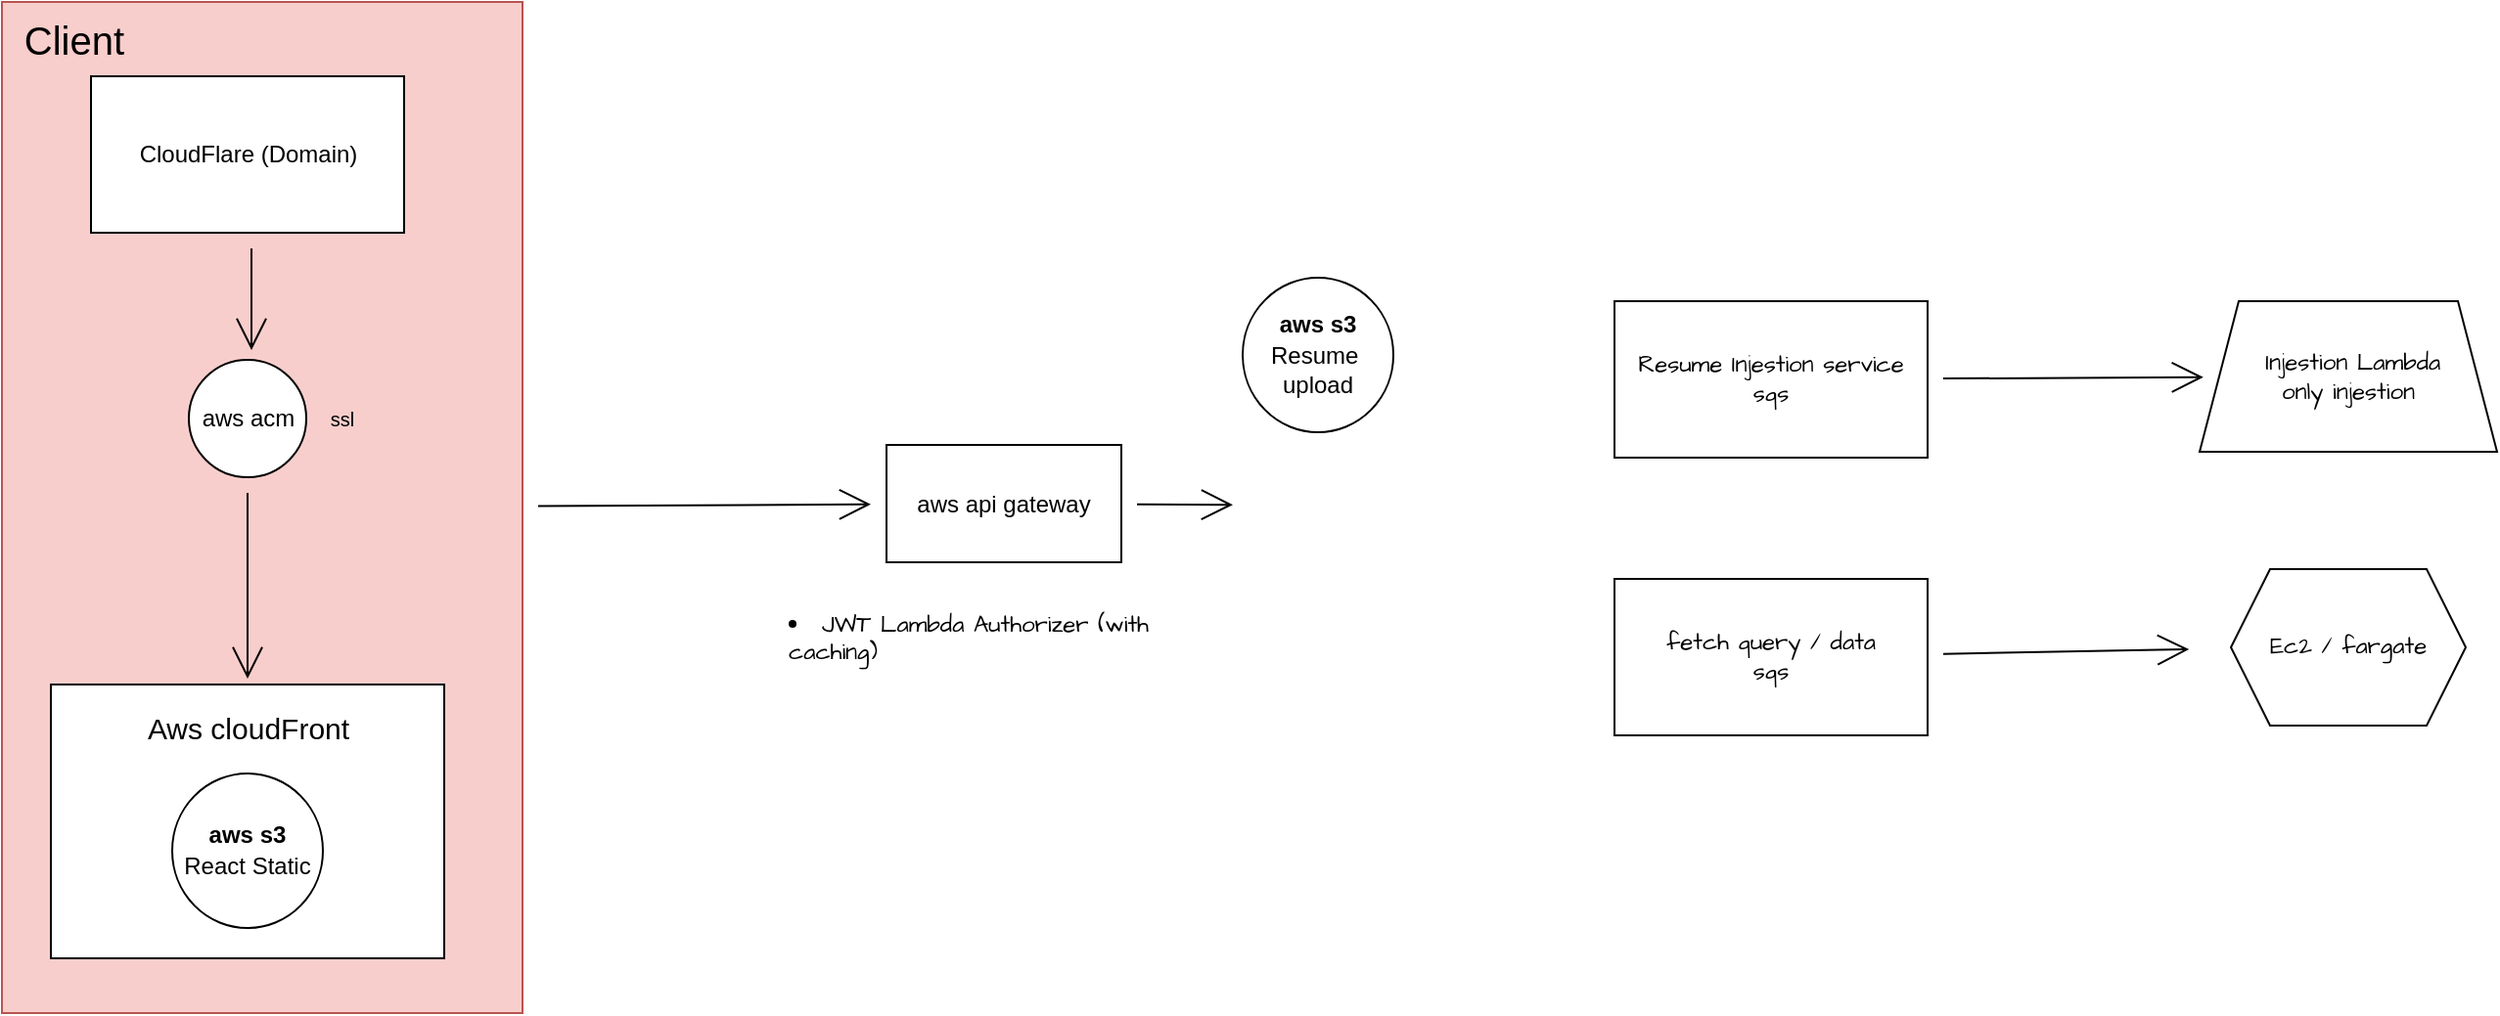
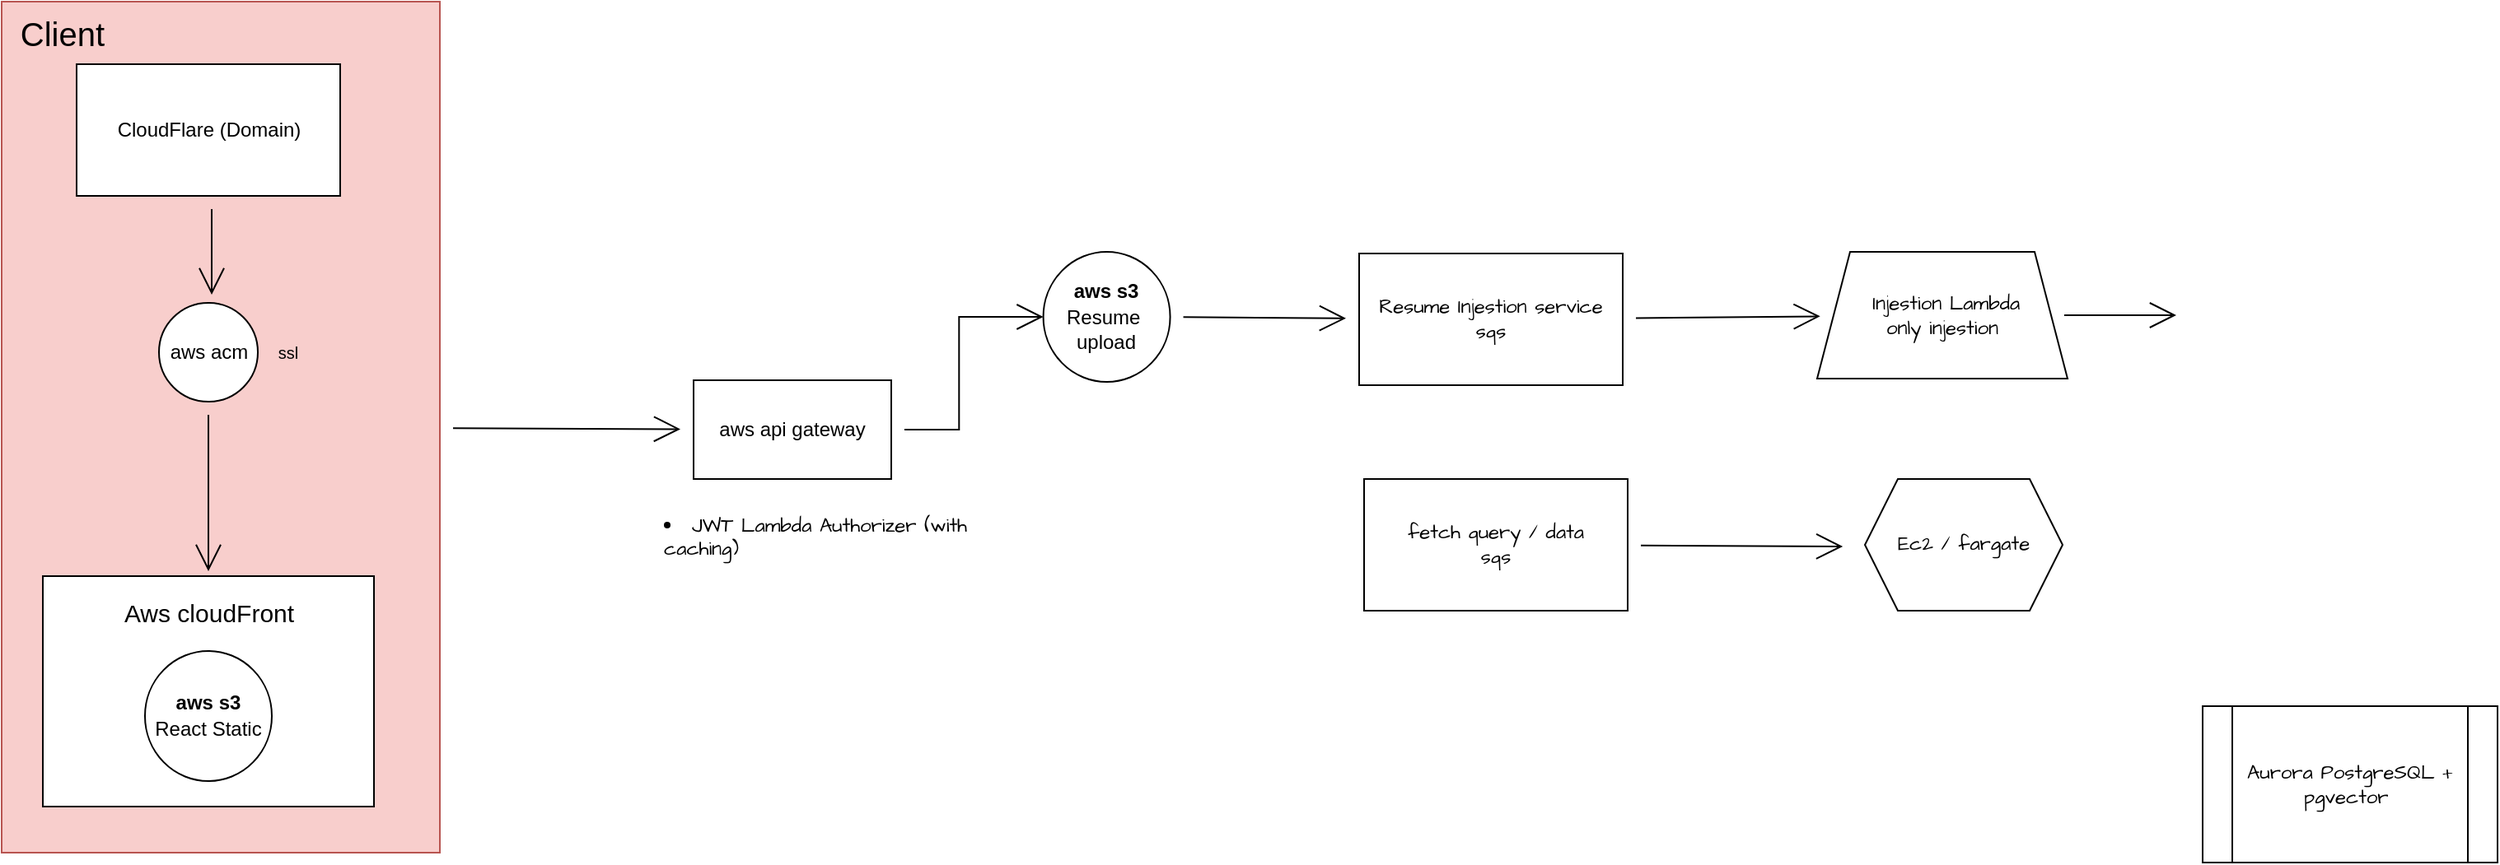
<mxfile host="app.diagrams.net">
  <diagram name="Page-1" id="SOHPCcRNUhLTlrNE90n2">
    <mxGraphModel dx="2960" dy="1394" grid="0" gridSize="10" guides="1" tooltips="1" connect="1" arrows="1" fold="1" page="0" pageScale="1" pageWidth="850" pageHeight="1100" math="0" shadow="0">
      <root>
        <mxCell id="0" />
        <mxCell id="1" parent="0" />
        <mxCell id="rra6tTRvJPethr66ALMW-19" edge="1" parent="1" source="rra6tTRvJPethr66ALMW-16" style="edgeStyle=none;curved=1;rounded=0;orthogonalLoop=1;jettySize=auto;html=1;fontFamily=Architects Daughter;fontSource=https%3A%2F%2Ffonts.googleapis.com%2Fcss%3Ffamily%3DArchitects%2BDaughter;fontSize=16;startSize=14;endArrow=open;endSize=14;sourcePerimeterSpacing=8;targetPerimeterSpacing=8;" target="rra6tTRvJPethr66ALMW-18" value="">
          <mxGeometry relative="1" as="geometry" />
        </mxCell>
        <mxCell id="rra6tTRvJPethr66ALMW-16" parent="1" style="rounded=0;whiteSpace=wrap;html=1;fontFamily=Architects Daughter;fontSource=https%3A%2F%2Ffonts.googleapis.com%2Fcss%3Ffamily%3DArchitects%2BDaughter;fillColor=#f8cecc;strokeColor=#b85450;" value="" vertex="1">
          <mxGeometry height="517" width="266" x="-700" y="-271" as="geometry" />
        </mxCell>
        <mxCell id="rra6tTRvJPethr66ALMW-2" parent="1" style="rounded=0;whiteSpace=wrap;html=1;fontFamily=Architects Daughter;fontSource=https%3A%2F%2Ffonts.googleapis.com%2Fcss%3Ffamily%3DArchitects%2BDaughter;" value="" vertex="1">
          <mxGeometry height="140" width="201" x="-675" y="78" as="geometry" />
        </mxCell>
        <mxCell id="rra6tTRvJPethr66ALMW-1" parent="1" style="ellipse;whiteSpace=wrap;html=1;fontFamily=Architects Daughter;fontSource=https%3A%2F%2Ffonts.googleapis.com%2Fcss%3Ffamily%3DArchitects%2BDaughter;" value="&lt;font face=&quot;Helvetica&quot;&gt;&lt;b&gt;aws s3&lt;/b&gt;&lt;br&gt;React Static&lt;/font&gt;" vertex="1">
          <mxGeometry height="79" width="77" x="-613" y="123.5" as="geometry" />
        </mxCell>
        <mxCell id="rra6tTRvJPethr66ALMW-3" parent="1" style="text;html=1;whiteSpace=wrap;strokeColor=none;fillColor=none;align=center;verticalAlign=middle;rounded=0;fontSize=20;fontFamily=Helvetica;" value="&lt;font style=&quot;font-size: 15px;&quot;&gt;Aws cloudFront&lt;/font&gt;" vertex="1">
          <mxGeometry height="30" width="186" x="-667.5" y="83" as="geometry" />
        </mxCell>
        <mxCell id="rra6tTRvJPethr66ALMW-10" edge="1" parent="1" style="edgeStyle=none;curved=1;rounded=0;orthogonalLoop=1;jettySize=auto;html=1;fontFamily=Architects Daughter;fontSource=https%3A%2F%2Ffonts.googleapis.com%2Fcss%3Ffamily%3DArchitects%2BDaughter;fontSize=16;startSize=14;endArrow=open;endSize=14;sourcePerimeterSpacing=8;targetPerimeterSpacing=8;" value="">
          <mxGeometry relative="1" as="geometry">
            <mxPoint x="-572.5" y="-145" as="sourcePoint" />
            <mxPoint x="-572.5" y="-93" as="targetPoint" />
          </mxGeometry>
        </mxCell>
        <mxCell id="rra6tTRvJPethr66ALMW-5" parent="1" style="rounded=0;whiteSpace=wrap;html=1;fontFamily=Helvetica;" value="CloudFlare (Domain)" vertex="1">
          <mxGeometry height="80" width="160" x="-654.5" y="-233" as="geometry" />
        </mxCell>
        <mxCell id="rra6tTRvJPethr66ALMW-14" edge="1" parent="1" source="rra6tTRvJPethr66ALMW-12" style="edgeStyle=none;curved=1;rounded=0;orthogonalLoop=1;jettySize=auto;html=1;fontFamily=Architects Daughter;fontSource=https%3A%2F%2Ffonts.googleapis.com%2Fcss%3Ffamily%3DArchitects%2BDaughter;fontSize=16;startSize=14;endArrow=open;endSize=14;sourcePerimeterSpacing=8;targetPerimeterSpacing=8;" target="rra6tTRvJPethr66ALMW-3" value="">
          <mxGeometry relative="1" as="geometry" />
        </mxCell>
        <mxCell id="rra6tTRvJPethr66ALMW-12" parent="1" style="ellipse;whiteSpace=wrap;html=1;fontFamily=Architects Daughter;fontSource=https%3A%2F%2Ffonts.googleapis.com%2Fcss%3Ffamily%3DArchitects%2BDaughter;" value="&lt;font face=&quot;Helvetica&quot;&gt;aws acm&lt;/font&gt;" vertex="1">
          <mxGeometry height="60" width="60" x="-604.5" y="-88" as="geometry" />
        </mxCell>
        <mxCell id="rra6tTRvJPethr66ALMW-15" parent="1" style="text;html=1;whiteSpace=wrap;strokeColor=none;fillColor=none;align=center;verticalAlign=middle;rounded=0;fontSize=10;fontFamily=Helvetica;" value="&lt;font&gt;ssl&lt;/font&gt;" vertex="1">
          <mxGeometry height="18" width="32" x="-542" y="-67" as="geometry" />
        </mxCell>
        <mxCell id="rra6tTRvJPethr66ALMW-17" parent="1" style="text;html=1;whiteSpace=wrap;strokeColor=none;fillColor=none;align=center;verticalAlign=middle;rounded=0;fontSize=20;fontFamily=Architects Daughter;fontSource=https%3A%2F%2Ffonts.googleapis.com%2Fcss%3Ffamily%3DArchitects%2BDaughter;" value="&lt;font face=&quot;Helvetica&quot;&gt;Client&lt;/font&gt;" vertex="1">
          <mxGeometry height="30" width="60" x="-693" y="-266" as="geometry" />
        </mxCell>
-         <mxCell id="rra6tTRvJPethr66ALMW-27" edge="1" parent="1" source="rra6tTRvJPethr66ALMW-18" style="edgeStyle=none;curved=1;rounded=0;orthogonalLoop=1;jettySize=auto;html=1;fontFamily=Architects Daughter;fontSource=https%3A%2F%2Ffonts.googleapis.com%2Fcss%3Ffamily%3DArchitects%2BDaughter;fontSize=16;startSize=14;endArrow=open;endSize=14;sourcePerimeterSpacing=8;targetPerimeterSpacing=8;" value="">
+         <mxCell id="rra6tTRvJPethr66ALMW-27" edge="1" parent="1" source="rra6tTRvJPethr66ALMW-18" style="edgeStyle=orthogonalEdgeStyle;rounded=0;orthogonalLoop=1;jettySize=auto;html=1;fontFamily=Architects Daughter;fontSource=https%3A%2F%2Ffonts.googleapis.com%2Fcss%3Ffamily%3DArchitects%2BDaughter;fontSize=16;startSize=14;endArrow=open;endSize=14;sourcePerimeterSpacing=8;targetPerimeterSpacing=8;entryX=0;entryY=0.5;entryDx=0;entryDy=0;" target="rra6tTRvJPethr66ALMW-42" value="">
          <mxGeometry relative="1" as="geometry">
            <mxPoint x="-71" y="-13.867567567567448" as="targetPoint" />
          </mxGeometry>
        </mxCell>
        <mxCell id="rra6tTRvJPethr66ALMW-18" parent="1" style="whiteSpace=wrap;html=1;fontFamily=Architects Daughter;rounded=0;fontSource=https%3A%2F%2Ffonts.googleapis.com%2Fcss%3Ffamily%3DArchitects%2BDaughter;" value="&lt;font face=&quot;Helvetica&quot;&gt;aws api gateway&lt;/font&gt;" vertex="1">
-           <mxGeometry height="60" width="120" x="-248" y="-44.5" as="geometry" />
+           <mxGeometry height="60" width="120" x="-280" y="-41" as="geometry" />
        </mxCell>
        <mxCell id="rra6tTRvJPethr66ALMW-34" edge="1" parent="1" source="rra6tTRvJPethr66ALMW-20" style="edgeStyle=none;curved=1;rounded=0;orthogonalLoop=1;jettySize=auto;html=1;fontFamily=Architects Daughter;fontSource=https%3A%2F%2Ffonts.googleapis.com%2Fcss%3Ffamily%3DArchitects%2BDaughter;fontSize=16;startSize=14;endArrow=open;endSize=14;sourcePerimeterSpacing=8;targetPerimeterSpacing=8;" target="rra6tTRvJPethr66ALMW-33" value="">
          <mxGeometry relative="1" as="geometry" />
        </mxCell>
        <mxCell id="rra6tTRvJPethr66ALMW-20" parent="1" style="rounded=0;whiteSpace=wrap;html=1;fontFamily=Architects Daughter;fontSource=https%3A%2F%2Ffonts.googleapis.com%2Fcss%3Ffamily%3DArchitects%2BDaughter;" value="Resume Injestion service&lt;br&gt;sqs" vertex="1">
          <mxGeometry height="80" width="160" x="124" y="-118" as="geometry" />
        </mxCell>
        <mxCell id="rra6tTRvJPethr66ALMW-37" edge="1" parent="1" source="rra6tTRvJPethr66ALMW-22" style="edgeStyle=none;curved=1;rounded=0;orthogonalLoop=1;jettySize=auto;html=1;fontFamily=Architects Daughter;fontSource=https%3A%2F%2Ffonts.googleapis.com%2Fcss%3Ffamily%3DArchitects%2BDaughter;fontSize=16;startSize=14;endArrow=open;endSize=14;sourcePerimeterSpacing=8;targetPerimeterSpacing=8;" value="">
          <mxGeometry relative="1" as="geometry">
            <mxPoint x="417.5943068734091" y="60.00960425827361" as="targetPoint" />
          </mxGeometry>
        </mxCell>
        <mxCell id="rra6tTRvJPethr66ALMW-22" parent="1" style="rounded=0;whiteSpace=wrap;html=1;fontFamily=Architects Daughter;fontSource=https%3A%2F%2Ffonts.googleapis.com%2Fcss%3Ffamily%3DArchitects%2BDaughter;" value="fetch query / data&lt;br&gt;sqs" vertex="1">
-           <mxGeometry height="80" width="160" x="124" y="24" as="geometry" />
+           <mxGeometry height="80" width="160" x="127" y="19" as="geometry" />
+         </mxCell>
+         <mxCell id="rra6tTRvJPethr66ALMW-45" edge="1" parent="1" source="rra6tTRvJPethr66ALMW-33" style="edgeStyle=none;curved=1;rounded=0;orthogonalLoop=1;jettySize=auto;html=1;fontFamily=Architects Daughter;fontSource=https%3A%2F%2Ffonts.googleapis.com%2Fcss%3Ffamily%3DArchitects%2BDaughter;fontSize=16;startSize=14;endArrow=open;endSize=14;sourcePerimeterSpacing=8;targetPerimeterSpacing=8;" value="">
+           <mxGeometry relative="1" as="geometry">
+             <mxPoint x="620" y="-80.5" as="targetPoint" />
+           </mxGeometry>
        </mxCell>
        <mxCell id="rra6tTRvJPethr66ALMW-33" parent="1" style="shape=trapezoid;perimeter=trapezoidPerimeter;whiteSpace=wrap;html=1;fixedSize=1;fontFamily=Architects Daughter;rounded=0;fontSource=https%3A%2F%2Ffonts.googleapis.com%2Fcss%3Ffamily%3DArchitects%2BDaughter;" value="&amp;nbsp;Injestion Lambda&lt;br&gt;only injestion" vertex="1">
-           <mxGeometry height="77" width="152" x="423" y="-118" as="geometry" />
+           <mxGeometry height="77" width="152" x="402" y="-119" as="geometry" />
        </mxCell>
        <mxCell id="rra6tTRvJPethr66ALMW-38" parent="1" style="shape=hexagon;perimeter=hexagonPerimeter2;whiteSpace=wrap;html=1;fixedSize=1;fontFamily=Architects Daughter;fontSource=https%3A%2F%2Ffonts.googleapis.com%2Fcss%3Ffamily%3DArchitects%2BDaughter;" value="Ec2 / fargate" vertex="1">
-           <mxGeometry height="80" width="120" x="439" y="19" as="geometry" />
+           <mxGeometry height="80" width="120" x="431" y="19" as="geometry" />
        </mxCell>
        <mxCell id="rra6tTRvJPethr66ALMW-41" parent="1" style="text;whiteSpace=wrap;html=1;fontFamily=Architects Daughter;fontSource=https%3A%2F%2Ffonts.googleapis.com%2Fcss%3Ffamily%3DArchitects%2BDaughter;" value="&lt;li class=&quot;font-claude-response-body whitespace-normal break-words pl-2&quot;&gt;JWT Lambda Authorizer (with caching)&lt;/li&gt;" vertex="1">
          <mxGeometry height="34.14" width="232.29" x="-300" y="34" as="geometry" />
        </mxCell>
+         <mxCell id="rra6tTRvJPethr66ALMW-43" edge="1" parent="1" source="rra6tTRvJPethr66ALMW-42" style="edgeStyle=none;curved=1;rounded=0;orthogonalLoop=1;jettySize=auto;html=1;fontFamily=Architects Daughter;fontSource=https%3A%2F%2Ffonts.googleapis.com%2Fcss%3Ffamily%3DArchitects%2BDaughter;fontSize=16;startSize=14;endArrow=open;endSize=14;sourcePerimeterSpacing=8;targetPerimeterSpacing=8;" target="rra6tTRvJPethr66ALMW-20" value="">
+           <mxGeometry relative="1" as="geometry" />
+         </mxCell>
        <mxCell id="rra6tTRvJPethr66ALMW-42" parent="1" style="ellipse;whiteSpace=wrap;html=1;fontFamily=Architects Daughter;fontSource=https%3A%2F%2Ffonts.googleapis.com%2Fcss%3Ffamily%3DArchitects%2BDaughter;" value="&lt;font face=&quot;Helvetica&quot;&gt;&lt;b&gt;aws s3&lt;/b&gt;&lt;br&gt;Resume&amp;nbsp; upload&lt;/font&gt;" vertex="1">
-           <mxGeometry height="79" width="77" x="-66" y="-130" as="geometry" />
+           <mxGeometry height="79" width="77" x="-67.71" y="-119" as="geometry" />
+         </mxCell>
+         <mxCell id="rra6tTRvJPethr66ALMW-46" parent="1" style="shape=process;whiteSpace=wrap;html=1;backgroundOutline=1;fontFamily=Architects Daughter;fontSource=https%3A%2F%2Ffonts.googleapis.com%2Fcss%3Ffamily%3DArchitects%2BDaughter;" value="Aurora PostgreSQL + pgvector&amp;nbsp;" vertex="1">
+           <mxGeometry height="95" width="179" x="636" y="157" as="geometry" />
        </mxCell>
      </root>
    </mxGraphModel>
  </diagram>
</mxfile>
